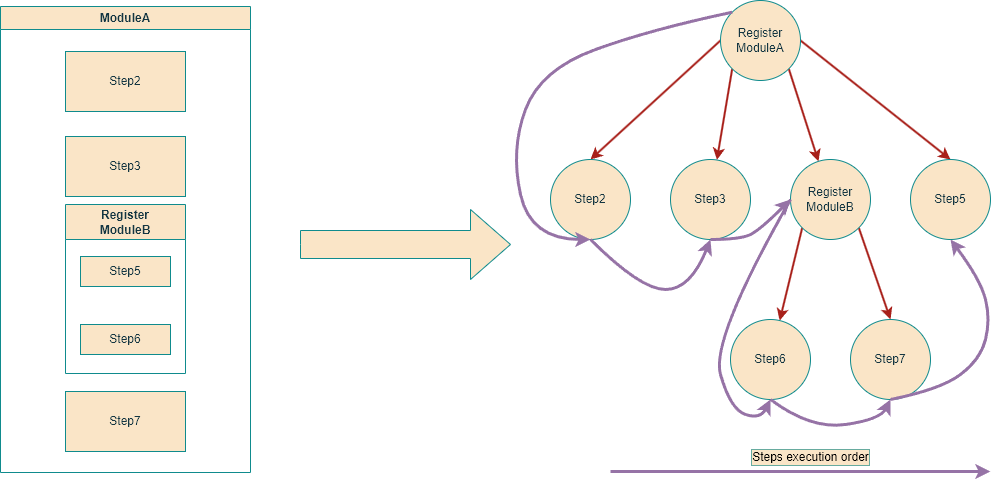
Earlier version of the draw.io export docs/2-essentials/images/modules-set-up.drawio.png (VasiliyKolihalov/FatNetLib). Source tidied: cells renumbered, new cells last; positions are measured from the earlier drawing's top-left corner, leaving out a move shared by most shapes.
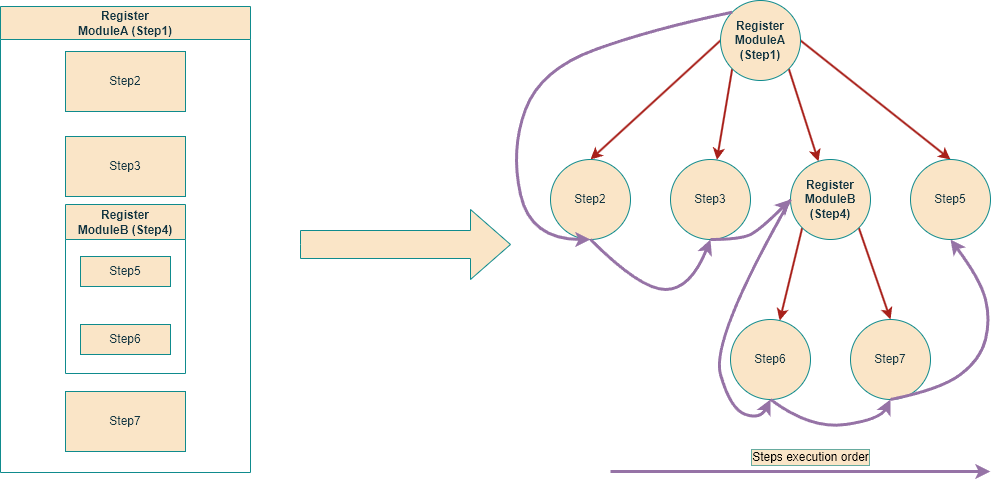
Above is the later version.

What changed in the source:
```diff
@@ -2,7 +2,7 @@
   <root>
     <mxCell id="0" />
     <mxCell id="1" parent="0" />
-    <mxCell id="2" value="ModuleA" style="swimlane;whiteSpace=wrap;html=1;labelBackgroundColor=none;fillColor=#FAE5C7;strokeColor=#0F8B8D;fontColor=#143642;" parent="1" vertex="1">
+    <mxCell id="2" value="Register &lt;br&gt;ModuleA (Step1)" style="swimlane;whiteSpace=wrap;html=1;labelBackgroundColor=none;fillColor=#FAE5C7;strokeColor=#0F8B8D;fontColor=#143642;startSize=33;" parent="1" vertex="1">
       <mxGeometry y="6" width="250" height="466" as="geometry" />
     </mxCell>
     <mxCell id="3" value="Step2" style="rounded=0;whiteSpace=wrap;html=1;labelBackgroundColor=none;fillColor=#FAE5C7;strokeColor=#0F8B8D;fontColor=#143642;" parent="2" vertex="1">
@@ -11,7 +11,7 @@
     <mxCell id="4" value="Step3" style="rounded=0;whiteSpace=wrap;html=1;labelBackgroundColor=none;fillColor=#FAE5C7;strokeColor=#0F8B8D;fontColor=#143642;" parent="2" vertex="1">
       <mxGeometry x="65" y="130" width="120" height="60" as="geometry" />
     </mxCell>
-    <mxCell id="5" value="Register &lt;br&gt;ModuleB" style="rounded=0;whiteSpace=wrap;html=1;shape=swimlane;fontStyle=1;startSize=35;labelBackgroundColor=none;fillColor=#FAE5C7;strokeColor=#0F8B8D;fontColor=#143642;" parent="2" vertex="1">
+    <mxCell id="5" value="Register &lt;br&gt;ModuleB (Step4)" style="rounded=0;whiteSpace=wrap;html=1;shape=swimlane;fontStyle=1;startSize=35;labelBackgroundColor=none;fillColor=#FAE5C7;strokeColor=#0F8B8D;fontColor=#143642;" parent="2" vertex="1">
       <mxGeometry x="65" y="198" width="120" height="169" as="geometry" />
     </mxCell>
     <mxCell id="6" value="Step5" style="rounded=0;whiteSpace=wrap;html=1;labelBackgroundColor=none;fillColor=#FAE5C7;strokeColor=#0F8B8D;fontColor=#143642;" parent="5" vertex="1">
@@ -38,7 +38,7 @@
     <mxCell id="13" style="rounded=0;jettySize=auto;html=1;entryX=0.5;entryY=0;entryDx=0;entryDy=0;exitX=1;exitY=0.5;exitDx=0;exitDy=0;labelBackgroundColor=none;strokeColor=#A8201A;fontColor=default;strokeWidth=2;" parent="1" edge="1" source="14" target="20">
       <mxGeometry relative="1" as="geometry" />
     </mxCell>
-    <mxCell id="14" value="Register&lt;br&gt;ModuleA" style="ellipse;whiteSpace=wrap;html=1;labelBackgroundColor=none;fillColor=#FAE5C7;strokeColor=#0F8B8D;fontColor=#143642;" parent="1" vertex="1">
+    <mxCell id="14" value="&lt;b&gt;Register&lt;br&gt;ModuleA&lt;br&gt;(Step1)&lt;/b&gt;" style="ellipse;whiteSpace=wrap;html=1;labelBackgroundColor=none;fillColor=#FAE5C7;strokeColor=#0F8B8D;fontColor=#143642;" parent="1" vertex="1">
       <mxGeometry x="720" width="80" height="80" as="geometry" />
     </mxCell>
     <mxCell id="15" value="Step2" style="ellipse;whiteSpace=wrap;html=1;labelBackgroundColor=none;fillColor=#FAE5C7;strokeColor=#0F8B8D;fontColor=#143642;" parent="1" vertex="1">
@@ -53,7 +53,7 @@
     <mxCell id="18" style="rounded=0;jettySize=auto;html=1;exitX=1;exitY=1;exitDx=0;exitDy=0;entryX=0.5;entryY=0;entryDx=0;entryDy=0;labelBackgroundColor=none;strokeColor=#A8201A;fontColor=default;strokeWidth=2;" parent="1" edge="1" source="19" target="22">
       <mxGeometry relative="1" as="geometry" />
     </mxCell>
-    <mxCell id="19" value="Register&lt;br&gt;ModuleB" style="ellipse;whiteSpace=wrap;html=1;labelBackgroundColor=none;fillColor=#FAE5C7;strokeColor=#0F8B8D;fontColor=#143642;" parent="1" vertex="1">
+    <mxCell id="19" value="&lt;b&gt;Register&lt;br&gt;ModuleB&lt;br&gt;(Step4)&lt;/b&gt;" style="ellipse;whiteSpace=wrap;html=1;labelBackgroundColor=none;fillColor=#FAE5C7;strokeColor=#0F8B8D;fontColor=#143642;" parent="1" vertex="1">
       <mxGeometry x="790" y="159" width="80" height="80" as="geometry" />
     </mxCell>
     <mxCell id="20" value="Step5" style="ellipse;whiteSpace=wrap;html=1;labelBackgroundColor=none;fillColor=#FAE5C7;strokeColor=#0F8B8D;fontColor=#143642;" parent="1" vertex="1">
```
